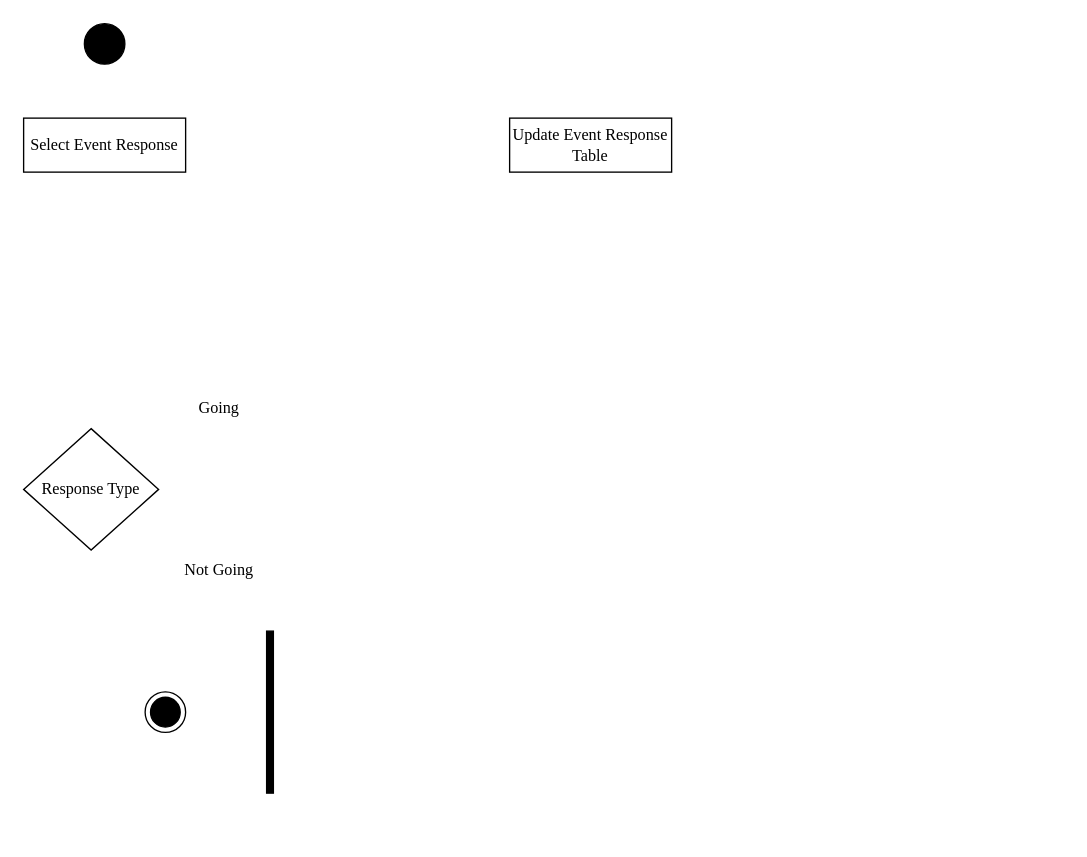
This is page "Attendance" (12 of 12) of ConnexUs_Chap3.drawio from gvillanueva01/ConnexUs_diagrams, a draw.io file, before an edit. Source tidied: cells renumbered, new cells numbered last; positions are measured from the earlier drawing's top-left corner, leaving out a move shared by most shapes. Both pictures are drawn from the tidied source at 135%, with x=0, y=0 at pixel (23, 23).
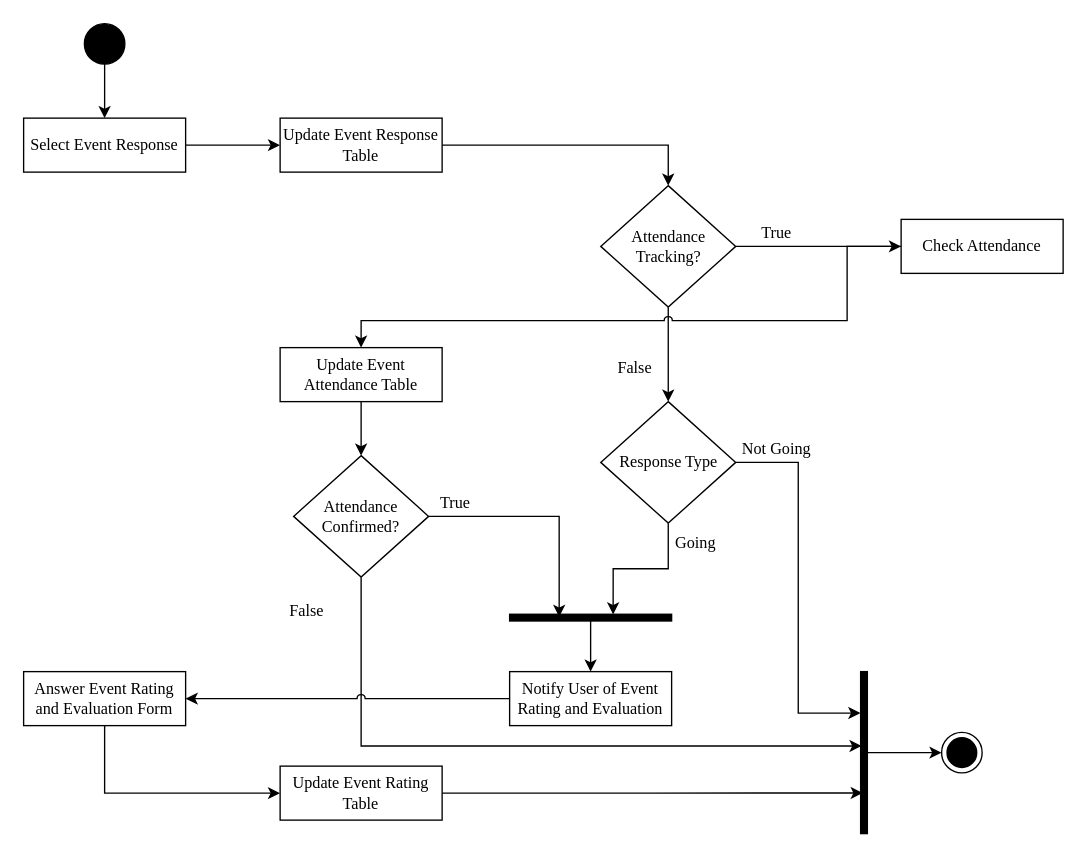
After the change.

The change refers to these unchanged cells:
```xml
<mxCell id="2" style="ellipse;fillColor=strokeColor;html=1;" parent="1" vertex="1">
  <mxGeometry x="45" width="30" height="30" as="geometry" />
</mxCell>
<mxCell id="3" value="Select Event Response" style="rounded=0;whiteSpace=wrap;html=1;fontFamily=Times New Roman;" parent="1" vertex="1">
  <mxGeometry y="70" width="120" height="40" as="geometry" />
</mxCell>
```

What changed in the source:
```diff
@@
+    <mxCell id="10" style="edgeStyle=orthogonalEdgeStyle;rounded=0;jettySize=auto;html=1;" parent="1" edge="1" source="2" target="3">
+      <mxGeometry relative="1" as="geometry" />
+    </mxCell>
@@
+    <mxCell id="11" style="edgeStyle=orthogonalEdgeStyle;rounded=0;jettySize=auto;html=1;" parent="1" edge="1" source="3" target="9">
+      <mxGeometry relative="1" as="geometry" />
+    </mxCell>
@@
+    <mxCell id="12" style="edgeStyle=orthogonalEdgeStyle;rounded=0;jettySize=auto;html=1;entryX=0.039;entryY=0.361;entryDx=0;entryDy=0;entryPerimeter=0;" parent="1" edge="1" source="4" target="5">
+      <mxGeometry relative="1" as="geometry" />
+    </mxCell>
+    <mxCell id="13" style="edgeStyle=orthogonalEdgeStyle;rounded=0;jettySize=auto;html=1;exitX=1;exitY=0.5;exitDx=0;exitDy=0;entryX=1.026;entryY=0.744;entryDx=0;entryDy=0;entryPerimeter=0;" parent="1" edge="1" source="4" target="37">
+      <mxGeometry relative="1" as="geometry" />
+    </mxCell>
     <mxCell id="4" value="&lt;font face=&quot;Times New Roman&quot;&gt;Response Type&lt;/font&gt;" style="shape=rhombus;html=1;dashed=0;whiteSpace=wrap;perimeter=rhombusPerimeter;" parent="1" vertex="1">
-      <mxGeometry y="300" width="100" height="90" as="geometry" />
+      <mxGeometry x="427.5" y="280" width="100" height="90" as="geometry" />
     </mxCell>
+    <mxCell id="14" style="edgeStyle=orthogonalEdgeStyle;rounded=0;jettySize=auto;html=1;entryX=0.5;entryY=0;entryDx=0;entryDy=0;" parent="1" edge="1" source="5" target="29">
+      <mxGeometry relative="1" as="geometry" />
+    </mxCell>
-    <mxCell id="5" style="html=1;points=[];perimeter=orthogonalPerimeter;fillColor=strokeColor;" parent="1" vertex="1">
-      <mxGeometry x="180" y="450" width="5" height="120" as="geometry" />
+    <mxCell id="5" style="html=1;points=[];perimeter=orthogonalPerimeter;fillColor=strokeColor;rotation=90;" parent="1" vertex="1">
+      <mxGeometry x="417.5" y="380" width="5" height="120" as="geometry" />
     </mxCell>
     <mxCell id="6" style="ellipse;html=1;shape=endState;fillColor=strokeColor;" parent="1" vertex="1">
-      <mxGeometry x="90" y="495" width="30" height="30" as="geometry" />
+      <mxGeometry x="680" y="525" width="30" height="30" as="geometry" />
     </mxCell>
     <mxCell id="7" value="Going" style="text;html=1;strokeColor=none;fillColor=none;align=center;verticalAlign=middle;whiteSpace=wrap;rounded=0;fontFamily=Times New Roman;" parent="1" vertex="1">
-      <mxGeometry x="115" y="270" width="60" height="30" as="geometry" />
+      <mxGeometry x="467.5" y="370" width="60" height="30" as="geometry" />
     </mxCell>
     <mxCell id="8" value="Not Going" style="text;html=1;strokeColor=none;fillColor=none;align=center;verticalAlign=middle;whiteSpace=wrap;rounded=0;fontFamily=Times New Roman;" parent="1" vertex="1">
-      <mxGeometry x="115" y="390" width="60" height="30" as="geometry" />
+      <mxGeometry x="527.5" y="300" width="60" height="30" as="geometry" />
     </mxCell>
+    <mxCell id="15" style="edgeStyle=orthogonalEdgeStyle;rounded=0;jettySize=auto;html=1;entryX=0.5;entryY=0;entryDx=0;entryDy=0;" parent="1" edge="1" source="9" target="18">
+      <mxGeometry relative="1" as="geometry" />
+    </mxCell>
     <mxCell id="9" value="Update Event Response Table" style="rounded=0;whiteSpace=wrap;html=1;fontFamily=Times New Roman;" parent="1" vertex="1">
-      <mxGeometry x="360" y="70" width="120" height="40" as="geometry" />
+      <mxGeometry x="190" y="70" width="120" height="40" as="geometry" />
     </mxCell>
+    <mxCell id="16" style="edgeStyle=orthogonalEdgeStyle;rounded=0;jettySize=auto;html=1;entryX=0;entryY=0.5;entryDx=0;entryDy=0;" parent="1" edge="1" source="18" target="21">
+      <mxGeometry relative="1" as="geometry" />
+    </mxCell>
+    <mxCell id="17" style="edgeStyle=orthogonalEdgeStyle;rounded=0;jettySize=auto;html=1;" parent="1" edge="1" source="18" target="4">
+      <mxGeometry relative="1" as="geometry" />
+    </mxCell>
+    <mxCell id="18" value="&lt;font face=&quot;Times New Roman&quot;&gt;Attendance Tracking?&lt;/font&gt;" style="shape=rhombus;html=1;dashed=0;whiteSpace=wrap;perimeter=rhombusPerimeter;" parent="1" vertex="1">
+      <mxGeometry x="427.5" y="120" width="100" height="90" as="geometry" />
+    </mxCell>
+    <mxCell id="19" value="False" style="text;html=1;strokeColor=none;fillColor=none;align=center;verticalAlign=middle;whiteSpace=wrap;rounded=0;fontFamily=Times New Roman;" parent="1" vertex="1">
+      <mxGeometry x="422.5" y="240" width="60" height="30" as="geometry" />
+    </mxCell>
+    <mxCell id="20" style="edgeStyle=orthogonalEdgeStyle;rounded=0;jettySize=auto;html=1;entryX=0.5;entryY=0;entryDx=0;entryDy=0;jumpStyle=arc;" parent="1" edge="1" source="21" target="27">
+      <mxGeometry relative="1" as="geometry">
+        <Array as="points">
+          <mxPoint x="610" y="220" />
+          <mxPoint x="250" y="220" />
+        </Array>
+      </mxGeometry>
+    </mxCell>
+    <mxCell id="21" value="Check Attendance" style="rounded=0;whiteSpace=wrap;html=1;fontFamily=Times New Roman;" parent="1" vertex="1">
+      <mxGeometry x="650" y="145" width="120" height="40" as="geometry" />
+    </mxCell>
+    <mxCell id="22" style="edgeStyle=orthogonalEdgeStyle;rounded=0;jettySize=auto;html=1;entryX=0.387;entryY=0.694;entryDx=0;entryDy=0;entryPerimeter=0;" parent="1" edge="1" source="24" target="5">
+      <mxGeometry relative="1" as="geometry" />
+    </mxCell>
+    <mxCell id="23" style="edgeStyle=orthogonalEdgeStyle;rounded=0;jettySize=auto;html=1;exitX=0.5;exitY=1;exitDx=0;exitDy=0;entryX=0.852;entryY=0.541;entryDx=0;entryDy=0;entryPerimeter=0;jumpStyle=arc;" parent="1" edge="1" source="24" target="37">
+      <mxGeometry relative="1" as="geometry" />
+    </mxCell>
+    <mxCell id="24" value="&lt;font face=&quot;Times New Roman&quot;&gt;Attendance Confirmed?&lt;/font&gt;" style="shape=rhombus;html=1;dashed=0;whiteSpace=wrap;perimeter=rhombusPerimeter;" parent="1" vertex="1">
+      <mxGeometry x="200" y="320" width="100" height="90" as="geometry" />
+    </mxCell>
+    <mxCell id="25" value="True" style="text;html=1;strokeColor=none;fillColor=none;align=center;verticalAlign=middle;whiteSpace=wrap;rounded=0;fontFamily=Times New Roman;" parent="1" vertex="1">
+      <mxGeometry x="527.5" y="140" width="60" height="30" as="geometry" />
+    </mxCell>
+    <mxCell id="26" style="edgeStyle=orthogonalEdgeStyle;rounded=0;jettySize=auto;html=1;entryX=0.5;entryY=0;entryDx=0;entryDy=0;" parent="1" edge="1" source="27" target="24">
+      <mxGeometry relative="1" as="geometry" />
+    </mxCell>
+    <mxCell id="27" value="Update Event Attendance Table" style="rounded=0;whiteSpace=wrap;html=1;fontFamily=Times New Roman;" parent="1" vertex="1">
+      <mxGeometry x="190" y="240" width="120" height="40" as="geometry" />
+    </mxCell>
+    <mxCell id="28" style="edgeStyle=orthogonalEdgeStyle;rounded=0;jettySize=auto;html=1;entryX=1;entryY=0.5;entryDx=0;entryDy=0;jumpStyle=arc;" parent="1" edge="1" source="29" target="31">
+      <mxGeometry relative="1" as="geometry" />
+    </mxCell>
+    <mxCell id="29" value="Notify User of Event Rating and Evaluation" style="rounded=0;whiteSpace=wrap;html=1;fontFamily=Times New Roman;" parent="1" vertex="1">
+      <mxGeometry x="360" y="480" width="120" height="40" as="geometry" />
+    </mxCell>
+    <mxCell id="30" style="edgeStyle=orthogonalEdgeStyle;rounded=0;jettySize=auto;html=1;entryX=0;entryY=0.5;entryDx=0;entryDy=0;" parent="1" edge="1" source="31" target="33">
+      <mxGeometry relative="1" as="geometry">
+        <Array as="points">
+          <mxPoint x="60" y="570" />
+        </Array>
+      </mxGeometry>
+    </mxCell>
+    <mxCell id="31" value="Answer Event Rating and Evaluation Form" style="rounded=0;whiteSpace=wrap;html=1;fontFamily=Times New Roman;" parent="1" vertex="1">
+      <mxGeometry y="480" width="120" height="40" as="geometry" />
+    </mxCell>
+    <mxCell id="32" style="edgeStyle=orthogonalEdgeStyle;rounded=0;jettySize=auto;html=1;entryX=0.678;entryY=0.251;entryDx=0;entryDy=0;entryPerimeter=0;" parent="1" edge="1" source="33" target="37">
+      <mxGeometry relative="1" as="geometry" />
+    </mxCell>
+    <mxCell id="33" value="Update Event Rating Table" style="rounded=0;whiteSpace=wrap;html=1;fontFamily=Times New Roman;" parent="1" vertex="1">
+      <mxGeometry x="190" y="550" width="120" height="40" as="geometry" />
+    </mxCell>
+    <mxCell id="34" value="True" style="text;html=1;strokeColor=none;fillColor=none;align=center;verticalAlign=middle;whiteSpace=wrap;rounded=0;fontFamily=Times New Roman;" parent="1" vertex="1">
+      <mxGeometry x="290" y="340" width="60" height="30" as="geometry" />
+    </mxCell>
+    <mxCell id="35" value="False" style="text;html=1;strokeColor=none;fillColor=none;align=center;verticalAlign=middle;whiteSpace=wrap;rounded=0;fontFamily=Times New Roman;" parent="1" vertex="1">
+      <mxGeometry x="180" y="420" width="60" height="30" as="geometry" />
+    </mxCell>
+    <mxCell id="36" style="edgeStyle=orthogonalEdgeStyle;rounded=0;jettySize=auto;html=1;entryX=0;entryY=0.5;entryDx=0;entryDy=0;" parent="1" edge="1" source="37" target="6">
+      <mxGeometry relative="1" as="geometry" />
+    </mxCell>
+    <mxCell id="37" style="html=1;points=[];perimeter=orthogonalPerimeter;fillColor=strokeColor;rotation=-180;" parent="1" vertex="1">
+      <mxGeometry x="620" y="480" width="5" height="120" as="geometry" />
+    </mxCell>
```
